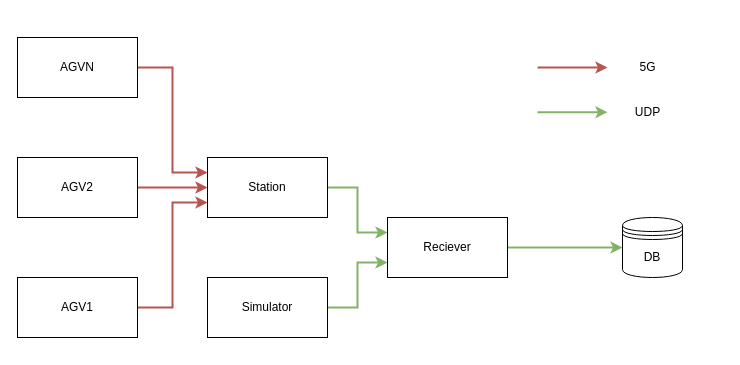
Above: memoria/Arquitectura.drawio in gbd1004/TFG_AGV (draw.io), before the change. Source tidied: cells renumbered, new cells numbered last; positions are measured from the earlier drawing's top-left corner, leaving out a move shared by most shapes. Both pictures are drawn from the tidied source at 100%, with x=0, y=0 at pixel (17, 37).
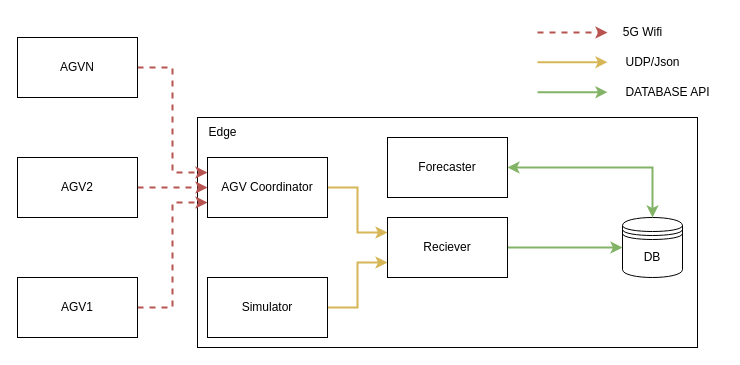
After the change.

The change refers to these unchanged cells:
```xml
<mxCell id="3" value="AGV1" style="rounded=0;whiteSpace=wrap;html=1;" parent="1" vertex="1">
  <mxGeometry y="240" width="120" height="60" as="geometry" />
</mxCell>
<mxCell id="5" value="Simulator" style="rounded=0;whiteSpace=wrap;html=1;" parent="1" vertex="1">
  <mxGeometry x="190" y="240" width="120" height="60" as="geometry" />
</mxCell>
<mxCell id="6" value="DB" style="shape=datastore;whiteSpace=wrap;html=1;" parent="1" vertex="1">
  <mxGeometry x="605" y="180" width="60" height="60" as="geometry" />
</mxCell>
<mxCell id="8" value="Reciever" style="rounded=0;whiteSpace=wrap;html=1;" parent="1" vertex="1">
  <mxGeometry x="370" y="180" width="120" height="60" as="geometry" />
</mxCell>
<mxCell id="12" value="AGV2" style="rounded=0;whiteSpace=wrap;html=1;" parent="1" vertex="1">
  <mxGeometry y="120" width="120" height="60" as="geometry" />
</mxCell>
<mxCell id="14" value="AGVN" style="rounded=0;whiteSpace=wrap;html=1;" parent="1" vertex="1">
  <mxGeometry width="120" height="60" as="geometry" />
</mxCell>
```

The edit, as a diff of the source:
```diff
@@
+    <mxCell id="19" style="rounded=0;whiteSpace=wrap;html=1;" parent="1" vertex="1">
+      <mxGeometry x="180" y="80" width="500" height="230" as="geometry" />
+    </mxCell>
-    <mxCell id="2" style="edgeStyle=orthogonalEdgeStyle;rounded=0;jettySize=auto;html=1;entryX=0;entryY=0.75;entryDx=0;entryDy=0;fillColor=#f8cecc;strokeColor=#b85450;strokeWidth=2;" parent="1" edge="1" source="3" target="10">
+    <mxCell id="2" style="edgeStyle=orthogonalEdgeStyle;rounded=0;jettySize=auto;html=1;entryX=0;entryY=0.75;entryDx=0;entryDy=0;fillColor=#f8cecc;strokeColor=#b85450;strokeWidth=2;dashed=1;" parent="1" edge="1" source="3" target="10">
       <mxGeometry relative="1" as="geometry" />
     </mxCell>
@@
-    <mxCell id="4" style="edgeStyle=orthogonalEdgeStyle;rounded=0;jettySize=auto;html=1;entryX=0;entryY=0.75;entryDx=0;entryDy=0;fillColor=#d5e8d4;strokeColor=#82b366;strokeWidth=2;" parent="1" edge="1" source="5" target="8">
+    <mxCell id="4" style="edgeStyle=orthogonalEdgeStyle;rounded=0;jettySize=auto;html=1;entryX=0;entryY=0.75;entryDx=0;entryDy=0;fillColor=#fff2cc;strokeColor=#d6b656;strokeWidth=2;" parent="1" edge="1" source="5" target="8">
       <mxGeometry relative="1" as="geometry" />
     </mxCell>
@@
-    <mxCell id="9" style="edgeStyle=orthogonalEdgeStyle;rounded=0;jettySize=auto;html=1;entryX=0;entryY=0.25;entryDx=0;entryDy=0;fillColor=#d5e8d4;strokeColor=#82b366;strokeWidth=2;" parent="1" edge="1" source="10" target="8">
+    <mxCell id="9" style="edgeStyle=orthogonalEdgeStyle;rounded=0;jettySize=auto;html=1;entryX=0;entryY=0.25;entryDx=0;entryDy=0;fillColor=#fff2cc;strokeColor=#d6b656;strokeWidth=2;" parent="1" edge="1" source="10" target="8">
       <mxGeometry relative="1" as="geometry" />
     </mxCell>
-    <mxCell id="10" value="Station" style="rounded=0;whiteSpace=wrap;html=1;" parent="1" vertex="1">
+    <mxCell id="10" value="AGV Coordinator" style="rounded=0;whiteSpace=wrap;html=1;" parent="1" vertex="1">
       <mxGeometry x="190" y="120" width="120" height="60" as="geometry" />
     </mxCell>
-    <mxCell id="11" style="edgeStyle=orthogonalEdgeStyle;rounded=0;jettySize=auto;html=1;fillColor=#f8cecc;strokeColor=#b85450;strokeWidth=2;" parent="1" edge="1" source="12" target="10">
+    <mxCell id="11" style="edgeStyle=orthogonalEdgeStyle;rounded=0;jettySize=auto;html=1;fillColor=#f8cecc;strokeColor=#b85450;strokeWidth=2;dashed=1;" parent="1" edge="1" source="12" target="10">
       <mxGeometry relative="1" as="geometry" />
     </mxCell>
@@
-    <mxCell id="13" style="edgeStyle=orthogonalEdgeStyle;rounded=0;jettySize=auto;html=1;entryX=0;entryY=0.25;entryDx=0;entryDy=0;fillColor=#f8cecc;strokeColor=#b85450;strokeWidth=2;" parent="1" edge="1" source="14" target="10">
+    <mxCell id="13" style="edgeStyle=orthogonalEdgeStyle;rounded=0;jettySize=auto;html=1;entryX=0;entryY=0.25;entryDx=0;entryDy=0;fillColor=#f8cecc;strokeColor=#b85450;strokeWidth=2;dashed=1;" parent="1" edge="1" source="14" target="10">
       <mxGeometry relative="1" as="geometry" />
     </mxCell>
@@
-    <mxCell id="15" style="endArrow=classic;html=1;rounded=0;fillColor=#f8cecc;strokeColor=#b85450;strokeWidth=2;" parent="1" edge="1">
+    <mxCell id="15" style="endArrow=classic;html=1;rounded=0;fillColor=#f8cecc;strokeColor=#b85450;strokeWidth=2;dashed=1;" parent="1" edge="1">
       <mxGeometry relative="1" as="geometry">
-        <mxPoint x="520" y="30" as="sourcePoint" />
-        <mxPoint x="590" y="30" as="targetPoint" />
+        <mxPoint x="520" y="-5" as="sourcePoint" />
+        <mxPoint x="590" y="-5" as="targetPoint" />
       </mxGeometry>
     </mxCell>
-    <mxCell id="16" style="endArrow=classic;html=1;rounded=0;fillColor=#d5e8d4;strokeColor=#82b366;strokeWidth=2;" parent="1" edge="1">
+    <mxCell id="16" style="endArrow=classic;html=1;rounded=0;fillColor=#fff2cc;strokeColor=#d6b656;strokeWidth=2;" parent="1" edge="1">
       <mxGeometry relative="1" as="geometry">
-        <mxPoint x="520" y="74.7" as="sourcePoint" />
-        <mxPoint x="590" y="74.7" as="targetPoint" />
+        <mxPoint x="520" y="24.7" as="sourcePoint" />
+        <mxPoint x="590" y="24.7" as="targetPoint" />
       </mxGeometry>
     </mxCell>
-    <mxCell id="17" value="5G" style="text;html=1;align=center;verticalAlign=middle;strokeColor=none;fillColor=none;" parent="1" vertex="1">
-      <mxGeometry x="610" y="15" width="40" height="30" as="geometry" />
+    <mxCell id="17" value="5G Wifi" style="text;html=1;align=center;verticalAlign=middle;strokeColor=none;fillColor=none;" parent="1" vertex="1">
+      <mxGeometry x="595" y="-20" width="60" height="30" as="geometry" />
     </mxCell>
-    <mxCell id="18" value="UDP" style="text;html=1;align=center;verticalAlign=middle;strokeColor=none;fillColor=none;" parent="1" vertex="1">
-      <mxGeometry x="605" y="60" width="50" height="30" as="geometry" />
+    <mxCell id="18" value="UDP/Json" style="text;html=1;align=center;verticalAlign=middle;strokeColor=none;fillColor=none;" parent="1" vertex="1">
+      <mxGeometry x="595" y="10" width="80" height="30" as="geometry" />
     </mxCell>
+    <mxCell id="20" style="endArrow=classic;html=1;rounded=0;fillColor=#d5e8d4;strokeColor=#82b366;strokeWidth=2;" parent="1" edge="1">
+      <mxGeometry relative="1" as="geometry">
+        <mxPoint x="520" y="54.7" as="sourcePoint" />
+        <mxPoint x="590" y="54.7" as="targetPoint" />
+      </mxGeometry>
+    </mxCell>
+    <mxCell id="21" value="DATABASE API" style="text;html=1;align=center;verticalAlign=middle;strokeColor=none;fillColor=none;" parent="1" vertex="1">
+      <mxGeometry x="595" y="40" width="110" height="30" as="geometry" />
+    </mxCell>
+    <mxCell id="22" value="Edge" style="text;html=1;align=center;verticalAlign=middle;strokeColor=none;fillColor=none;" parent="1" vertex="1">
+      <mxGeometry x="180" y="80" width="50" height="30" as="geometry" />
+    </mxCell>
+    <mxCell id="23" style="edgeStyle=orthogonalEdgeStyle;rounded=0;jettySize=auto;html=1;entryX=0.5;entryY=0;entryDx=0;entryDy=0;startArrow=classic;startFill=1;fillColor=#d5e8d4;strokeColor=#82b366;strokeWidth=2;" parent="1" edge="1" source="24" target="6">
+      <mxGeometry relative="1" as="geometry" />
+    </mxCell>
+    <mxCell id="24" value="Forecaster" style="rounded=0;whiteSpace=wrap;html=1;" parent="1" vertex="1">
+      <mxGeometry x="370" y="100" width="120" height="60" as="geometry" />
+    </mxCell>
```
